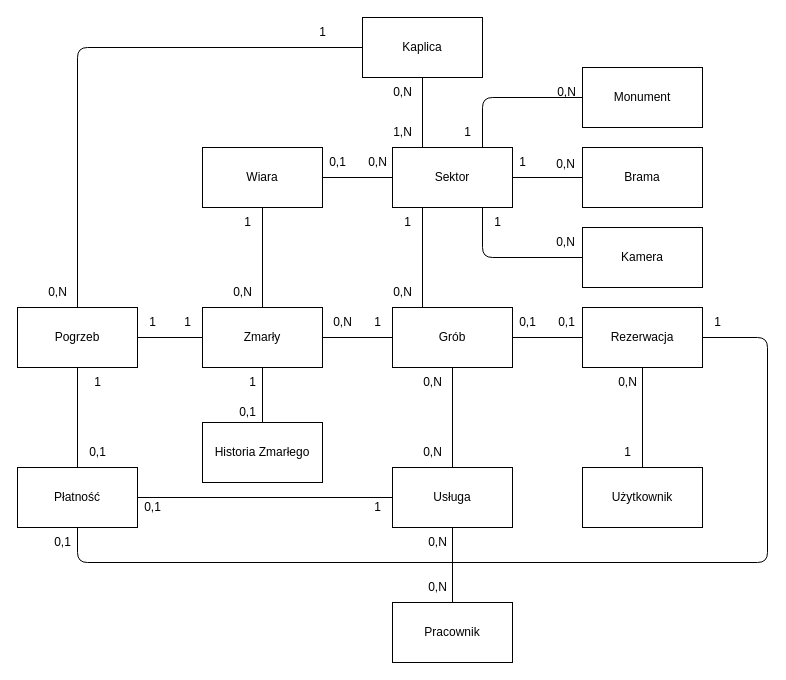
This is erd.drawio from wiraszkaa/PBD, a draw.io file, before an edit. Source tidied: cells renumbered, new cells numbered last; positions are measured from the earlier drawing's top-left corner, leaving out a move shared by most shapes. Both pictures are drawn from the tidied source at 100%, with x=0, y=0 at pixel (17, 17).
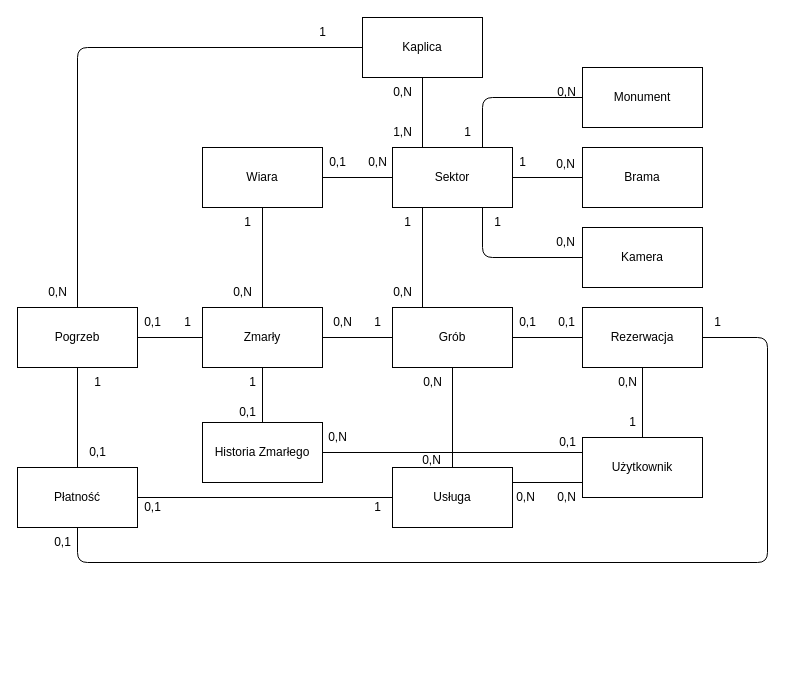
The same page after the edit.

Unchanged cells that the change refers to:
```xml
<mxCell id="20" value="Usługa" style="whiteSpace=wrap;html=1;" parent="1" vertex="1">
  <mxGeometry x="375" y="450" width="120" height="60" as="geometry" />
</mxCell>
<mxCell id="46" value="Historia Zmarłego" style="whiteSpace=wrap;html=1;" parent="1" vertex="1">
  <mxGeometry x="185" y="405" width="120" height="60" as="geometry" />
</mxCell>
```

Diff of the diagram source:
```diff
@@
+    <mxCell id="72" style="edgeStyle=none;html=1;exitX=0;exitY=0.25;exitDx=0;exitDy=0;entryX=1;entryY=0.5;entryDx=0;entryDy=0;endArrow=none;endFill=0;" parent="1" edge="1" source="3" target="46">
+      <mxGeometry relative="1" as="geometry" />
+    </mxCell>
     <mxCell id="3" value="Użytkownik" style="whiteSpace=wrap;html=1;" parent="1" vertex="1">
-      <mxGeometry x="565" y="450" width="120" height="60" as="geometry" />
+      <mxGeometry x="565" y="420" width="120" height="60" as="geometry" />
     </mxCell>
-    <mxCell id="4" style="edgeStyle=none;html=1;exitX=0.5;exitY=0;exitDx=0;exitDy=0;entryX=0.5;entryY=1;entryDx=0;entryDy=0;strokeColor=default;endArrow=none;endFill=0;" parent="1" edge="1" source="5" target="20">
+    <mxCell id="4" style="edgeStyle=none;html=1;exitX=0;exitY=0.75;exitDx=0;exitDy=0;entryX=1;entryY=0.25;entryDx=0;entryDy=0;strokeColor=default;endArrow=none;endFill=0;" parent="1" edge="1" source="3" target="20">
       <mxGeometry relative="1" as="geometry" />
     </mxCell>
-    <mxCell id="5" value="Pracownik" style="whiteSpace=wrap;html=1;" parent="1" vertex="1">
-      <mxGeometry x="375" y="585" width="120" height="60" as="geometry" />
-    </mxCell>
@@
     <mxCell id="21" value="0,N" style="text;html=1;align=center;verticalAlign=middle;strokeColor=none;fillColor=none;" parent="1" vertex="1">
-      <mxGeometry x="395" y="420" width="40" height="30" as="geometry" />
+      <mxGeometry x="394" y="428" width="40" height="30" as="geometry" />
     </mxCell>
@@
-    <mxCell id="58" value="1" style="text;html=1;align=center;verticalAlign=middle;strokeColor=none;fillColor=none;" parent="1" vertex="1">
-      <mxGeometry x="120" y="290" width="30" height="30" as="geometry" />
+    <mxCell id="58" value="0,1" style="text;html=1;align=center;verticalAlign=middle;strokeColor=none;fillColor=none;" parent="1" vertex="1">
+      <mxGeometry x="115" y="290" width="40" height="30" as="geometry" />
     </mxCell>
@@
     <mxCell id="66" value="0,N" style="text;html=1;align=center;verticalAlign=middle;strokeColor=none;fillColor=none;" parent="1" vertex="1">
-      <mxGeometry x="400" y="510" width="40" height="30" as="geometry" />
+      <mxGeometry x="529" y="465" width="40" height="30" as="geometry" />
     </mxCell>
     <mxCell id="67" value="0,N" style="text;html=1;align=center;verticalAlign=middle;strokeColor=none;fillColor=none;" parent="1" vertex="1">
-      <mxGeometry x="400" y="555" width="40" height="30" as="geometry" />
+      <mxGeometry x="488" y="465" width="40" height="30" as="geometry" />
     </mxCell>
@@
     <mxCell id="69" value="1" style="text;html=1;align=center;verticalAlign=middle;strokeColor=none;fillColor=none;" parent="1" vertex="1">
-      <mxGeometry x="595" y="420" width="30" height="30" as="geometry" />
+      <mxGeometry x="600" y="390" width="30" height="30" as="geometry" />
     </mxCell>
@@
+    <mxCell id="73" value="0,N" style="text;html=1;align=center;verticalAlign=middle;strokeColor=none;fillColor=none;" parent="1" vertex="1">
+      <mxGeometry x="300" y="405" width="40" height="30" as="geometry" />
+    </mxCell>
+    <mxCell id="74" value="0,1" style="text;html=1;align=center;verticalAlign=middle;strokeColor=none;fillColor=none;" parent="1" vertex="1">
+      <mxGeometry x="530" y="410" width="40" height="30" as="geometry" />
+    </mxCell>
```
